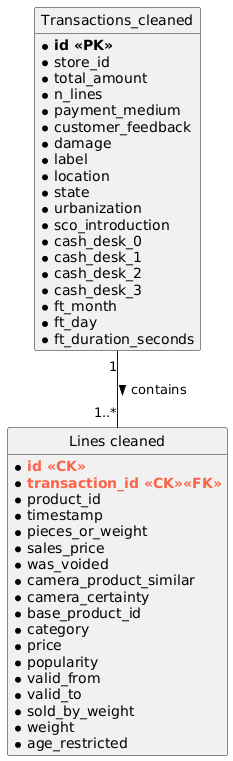
Above: datenmodell_output.png in David-Leatham/project_data_science (PlantUML), before the change.
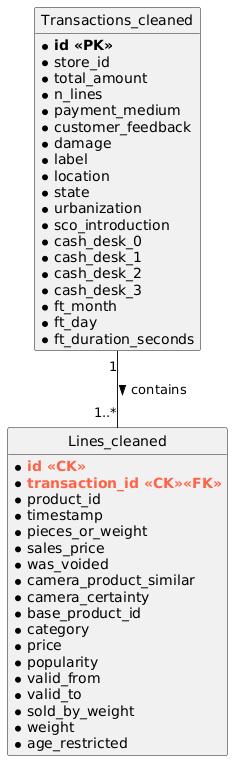
The same file after the commit.

The edit, as a diff of the source:
```diff
@@ -25,7 +25,7 @@
   * ft_duration_seconds
 }
 
-class "Lines cleaned" as tl {
+class "Lines_cleaned" as tl {
   * <color:Tomato>**id <<CK>>**</color>
   * <color:Tomato>**transaction_id <<CK>><<FK>>**</color>
   * product_id
```
